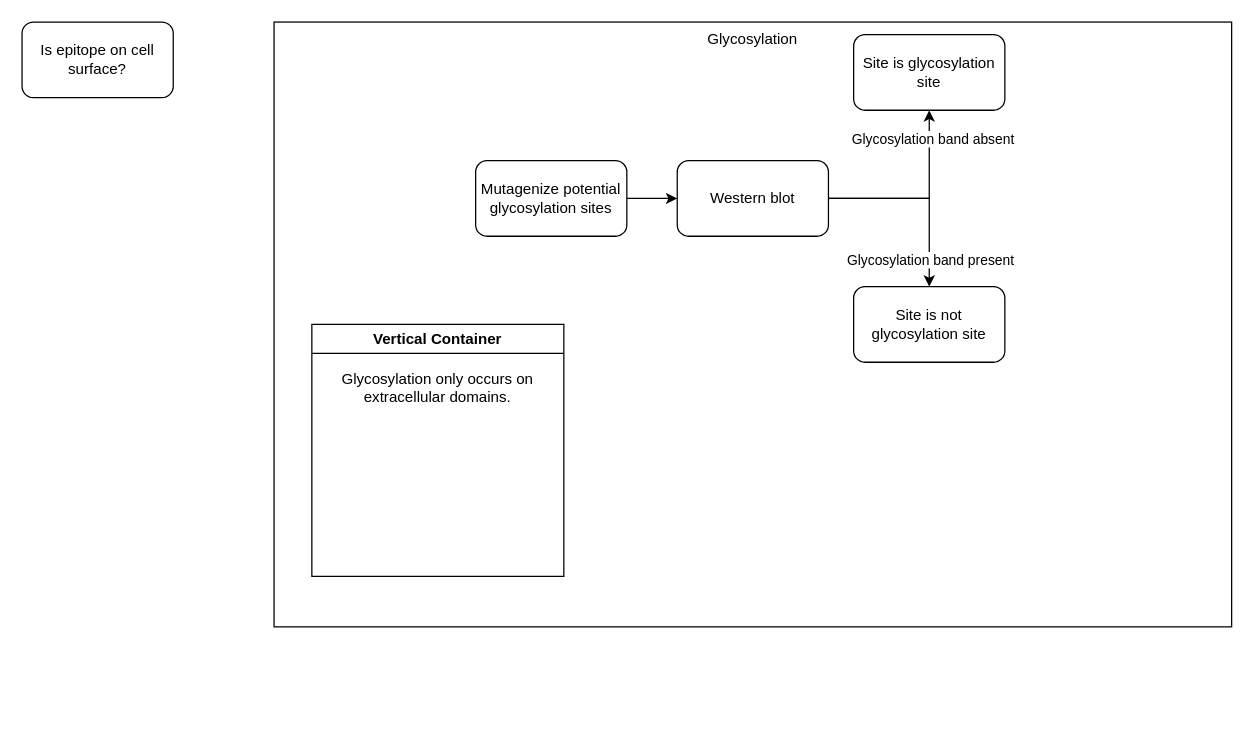
Earlier version of the draw.io diagram Lab_techniques.drawio (SyndicateSeahorse/lab_stuff). Source tidied: cells renumbered, new cells numbered last; positions are measured from the earlier drawing's top-left corner, leaving out a move shared by most shapes. Both pictures are drawn from the tidied source at 126%, with x=0, y=0 at pixel (21, 21).
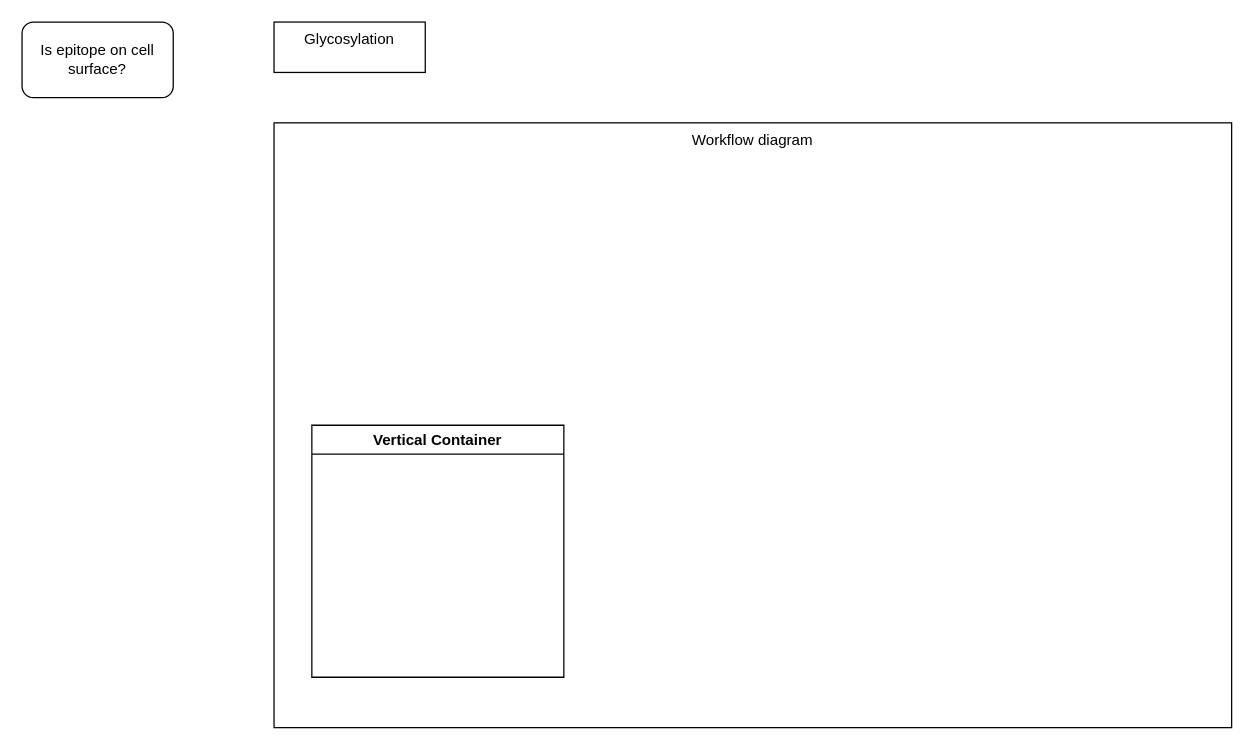
The same diagram, later.

The edit, as a diff of the source:
```diff
@@
 <mxGraphModel>
   <root>
     <mxCell id="0" />
     <mxCell id="1" parent="0" />
     <mxCell id="2" value="Is epitope on cell surface?" style="rounded=1;whiteSpace=wrap;html=1;" parent="1" vertex="1">
       <mxGeometry width="120" height="60" as="geometry" />
     </mxCell>
-    <mxCell id="3" value="Glycosylation" style="rounded=0;whiteSpace=wrap;html=1;verticalAlign=top;" parent="1" vertex="1">
-      <mxGeometry x="200" width="760" height="480" as="geometry" />
+    <mxCell id="3" value="Glycosylation" style="rounded=0;whiteSpace=wrap;html=1;verticalAlign=top;" parent="1" vertex="1" collapsed="1">
+      <mxGeometry x="200" width="120" height="40" as="geometry" />
     </mxCell>
-    <mxCell id="4" style="edgeStyle=orthogonalEdgeStyle;rounded=0;jettySize=auto;html=1;exitX=1;exitY=0.5;exitDx=0;exitDy=0;" parent="3" edge="1" source="5" target="12">
-      <mxGeometry relative="1" as="geometry" />
-    </mxCell>
-    <mxCell id="5" value="Mutagenize potential glycosylation sites" style="rounded=1;whiteSpace=wrap;html=1;" parent="3" vertex="1">
-      <mxGeometry x="160" y="110" width="120" height="60" as="geometry" />
-    </mxCell>
+    <mxCell id="15" value="Workflow diagram" style="rounded=0;whiteSpace=wrap;html=1;verticalAlign=top;" parent="1" vertex="1">
+      <mxGeometry x="200" y="80" width="760" height="480" as="geometry" />
+    </mxCell>
-    <mxCell id="6" value="Vertical Container" style="swimlane;whiteSpace=wrap;html=1;" parent="3" vertex="1">
+    <mxCell id="6" value="Vertical Container" style="swimlane;whiteSpace=wrap;html=1;" parent="15" vertex="1">
       <mxGeometry x="30" y="240" width="200" height="200" as="geometry" />
     </mxCell>
-    <mxCell id="7" value="Glycosylation only occurs on extracellular domains.&lt;br&gt;&lt;br&gt;" style="text;html=1;strokeColor=none;fillColor=none;align=center;verticalAlign=top;whiteSpace=wrap;rounded=0;" parent="6" vertex="1">
-      <mxGeometry y="30" width="200" height="170" as="geometry" />
-    </mxCell>
-    <mxCell id="8" style="edgeStyle=orthogonalEdgeStyle;rounded=0;jettySize=auto;html=1;exitX=1;exitY=0.5;exitDx=0;exitDy=0;" parent="3" edge="1" source="12" target="14">
-      <mxGeometry relative="1" as="geometry" />
-    </mxCell>
-    <mxCell id="9" value="Glycosylation band present" style="edgeLabel;html=1;align=center;verticalAlign=middle;" parent="8" vertex="1">
-      <mxGeometry x="0.7" relative="1" as="geometry" />
-    </mxCell>
-    <mxCell id="10" style="edgeStyle=orthogonalEdgeStyle;rounded=0;jettySize=auto;html=1;exitX=1;exitY=0.5;exitDx=0;exitDy=0;" parent="3" edge="1" source="12" target="13">
-      <mxGeometry relative="1" as="geometry" />
-    </mxCell>
-    <mxCell id="11" value="Glycosylation band absent" style="edgeLabel;html=1;align=center;verticalAlign=middle;" parent="10" vertex="1">
-      <mxGeometry x="0.71" y="-2" relative="1" as="geometry" />
-    </mxCell>
-    <mxCell id="12" value="Western blot" style="rounded=1;whiteSpace=wrap;html=1;" parent="3" vertex="1">
-      <mxGeometry x="320" y="110" width="120" height="60" as="geometry" />
-    </mxCell>
-    <mxCell id="13" value="Site is glycosylation site" style="rounded=1;whiteSpace=wrap;html=1;" parent="3" vertex="1">
-      <mxGeometry x="460" y="10" width="120" height="60" as="geometry" />
-    </mxCell>
-    <mxCell id="14" value="Site is not glycosylation site" style="rounded=1;whiteSpace=wrap;html=1;" parent="3" vertex="1">
-      <mxGeometry x="460" y="210" width="120" height="60" as="geometry" />
-    </mxCell>
   </root>
 </mxGraphModel>
```
